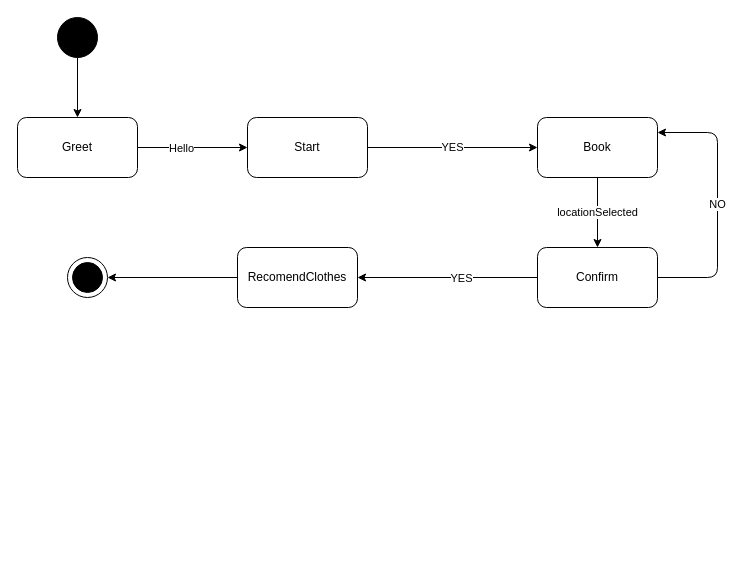
The draw.io diagram state_diagram.dio in Arthur-Carbonari/MonkeyWeather, before the edit. Source tidied: cells renumbered, new cells numbered last; positions are measured from the earlier drawing's top-left corner, leaving out a move shared by most shapes. Both pictures are drawn from the tidied source at 100%, with x=0, y=0 at pixel (17, 17).
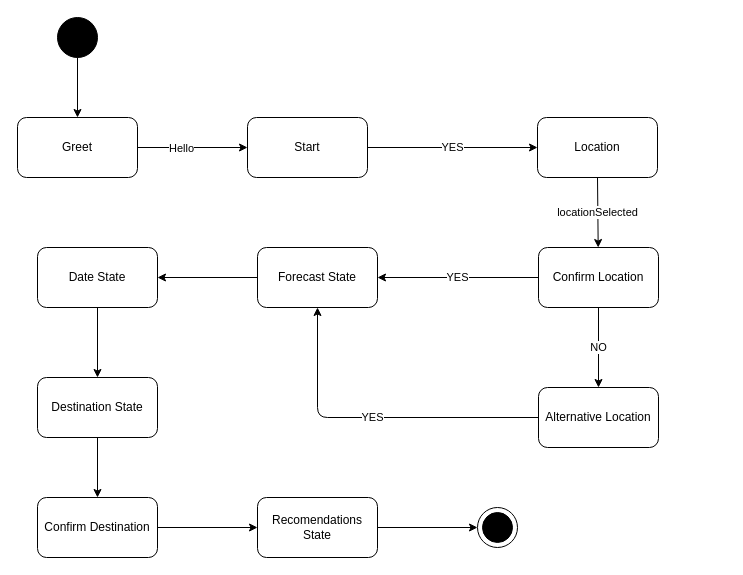
The same page after the edit.

Commit message:
update state diagram

Diff of the diagram source:
```diff
@@
     <mxCell id="7" style="shape=mxgraph.sysml.actFinal;html=1;verticalLabelPosition=bottom;labelBackgroundColor=#ffffff;verticalAlign=top;" parent="1" vertex="1">
-      <mxGeometry x="50" y="240" width="40" height="40" as="geometry" />
+      <mxGeometry x="460" y="490" width="40" height="40" as="geometry" />
     </mxCell>
@@
-    <mxCell id="11" value="Book" style="rounded=1;whiteSpace=wrap;html=1;" parent="1" vertex="1">
+    <mxCell id="11" value="Location" style="rounded=1;whiteSpace=wrap;html=1;" parent="1" vertex="1">
       <mxGeometry x="520" y="100" width="120" height="60" as="geometry" />
     </mxCell>
-    <mxCell id="12" value="NO" style="edgeStyle=none;html=1;exitX=1;exitY=0.5;exitDx=0;exitDy=0;entryX=1;entryY=0.25;entryDx=0;entryDy=0;" parent="1" edge="1" source="15" target="11">
-      <mxGeometry relative="1" as="geometry">
-        <Array as="points">
-          <mxPoint x="700" y="260" />
-          <mxPoint x="700" y="115" />
-        </Array>
-      </mxGeometry>
+    <mxCell id="12" value="NO" style="edgeStyle=none;html=1;exitX=0.5;exitY=1;exitDx=0;exitDy=0;" parent="1" edge="1" source="15" target="20">
+      <mxGeometry relative="1" as="geometry" />
     </mxCell>
-    <mxCell id="13" style="edgeStyle=none;html=1;exitX=0;exitY=0.5;exitDx=0;exitDy=0;" parent="1" edge="1" source="15" target="17">
+    <mxCell id="13" value="YES" style="edgeStyle=none;html=1;exitX=0;exitY=0.5;exitDx=0;exitDy=0;" parent="1" edge="1" source="15" target="17">
       <mxGeometry relative="1" as="geometry" />
     </mxCell>
-    <mxCell id="14" value="YES" style="edgeLabel;html=1;align=center;verticalAlign=middle;" parent="13" vertex="1">
-      <mxGeometry x="-0.14" relative="1" as="geometry" />
-    </mxCell>
-    <mxCell id="15" value="Confirm" style="rounded=1;whiteSpace=wrap;html=1;" parent="1" vertex="1">
-      <mxGeometry x="520" y="230" width="120" height="60" as="geometry" />
+    <mxCell id="15" value="Confirm Location" style="rounded=1;whiteSpace=wrap;html=1;" parent="1" vertex="1">
+      <mxGeometry x="521" y="230" width="120" height="60" as="geometry" />
     </mxCell>
-    <mxCell id="16" style="edgeStyle=none;html=1;exitX=0;exitY=0.5;exitDx=0;exitDy=0;entryX=1;entryY=0.5;entryDx=0;entryDy=0;entryPerimeter=0;" parent="1" edge="1" source="17" target="7">
-      <mxGeometry relative="1" as="geometry" />
-    </mxCell>
+    <mxCell id="18" style="edgeStyle=none;html=1;exitX=0;exitY=0.5;exitDx=0;exitDy=0;" parent="1" edge="1" source="17" target="22">
+      <mxGeometry relative="1" as="geometry" />
+    </mxCell>
-    <mxCell id="17" value="RecomendClothes" style="rounded=1;whiteSpace=wrap;html=1;" parent="1" vertex="1">
-      <mxGeometry x="220" y="230" width="120" height="60" as="geometry" />
+    <mxCell id="17" value="Forecast State" style="rounded=1;whiteSpace=wrap;html=1;" parent="1" vertex="1">
+      <mxGeometry x="240" y="230" width="120" height="60" as="geometry" />
     </mxCell>
+    <mxCell id="19" value="YES" style="edgeStyle=none;html=1;exitX=0;exitY=0.5;exitDx=0;exitDy=0;entryX=0.5;entryY=1;entryDx=0;entryDy=0;" parent="1" edge="1" source="20" target="17">
+      <mxGeometry relative="1" as="geometry">
+        <Array as="points">
+          <mxPoint x="300" y="400" />
+        </Array>
+      </mxGeometry>
+    </mxCell>
+    <mxCell id="20" value="Alternative Location" style="rounded=1;whiteSpace=wrap;html=1;" parent="1" vertex="1">
+      <mxGeometry x="521" y="370" width="120" height="60" as="geometry" />
+    </mxCell>
+    <mxCell id="21" style="edgeStyle=none;html=1;exitX=0.5;exitY=1;exitDx=0;exitDy=0;" parent="1" edge="1" source="22" target="24">
+      <mxGeometry relative="1" as="geometry" />
+    </mxCell>
+    <mxCell id="22" value="Date State" style="rounded=1;whiteSpace=wrap;html=1;" parent="1" vertex="1">
+      <mxGeometry x="20" y="230" width="120" height="60" as="geometry" />
+    </mxCell>
+    <mxCell id="23" style="edgeStyle=none;html=1;exitX=0.5;exitY=1;exitDx=0;exitDy=0;" parent="1" edge="1" source="24" target="26">
+      <mxGeometry relative="1" as="geometry" />
+    </mxCell>
+    <mxCell id="24" value="Destination State" style="rounded=1;whiteSpace=wrap;html=1;" parent="1" vertex="1">
+      <mxGeometry x="20" y="360" width="120" height="60" as="geometry" />
+    </mxCell>
+    <mxCell id="25" style="edgeStyle=none;html=1;exitX=1;exitY=0.5;exitDx=0;exitDy=0;" parent="1" edge="1" source="26" target="28">
+      <mxGeometry relative="1" as="geometry" />
+    </mxCell>
+    <mxCell id="26" value="Confirm Destination" style="rounded=1;whiteSpace=wrap;html=1;" parent="1" vertex="1">
+      <mxGeometry x="20" y="480" width="120" height="60" as="geometry" />
+    </mxCell>
+    <mxCell id="27" style="edgeStyle=none;html=1;exitX=1;exitY=0.5;exitDx=0;exitDy=0;" parent="1" edge="1" source="28" target="7">
+      <mxGeometry relative="1" as="geometry" />
+    </mxCell>
+    <mxCell id="28" value="Recomendations State" style="rounded=1;whiteSpace=wrap;html=1;" parent="1" vertex="1">
+      <mxGeometry x="240" y="480" width="120" height="60" as="geometry" />
+    </mxCell>
```
